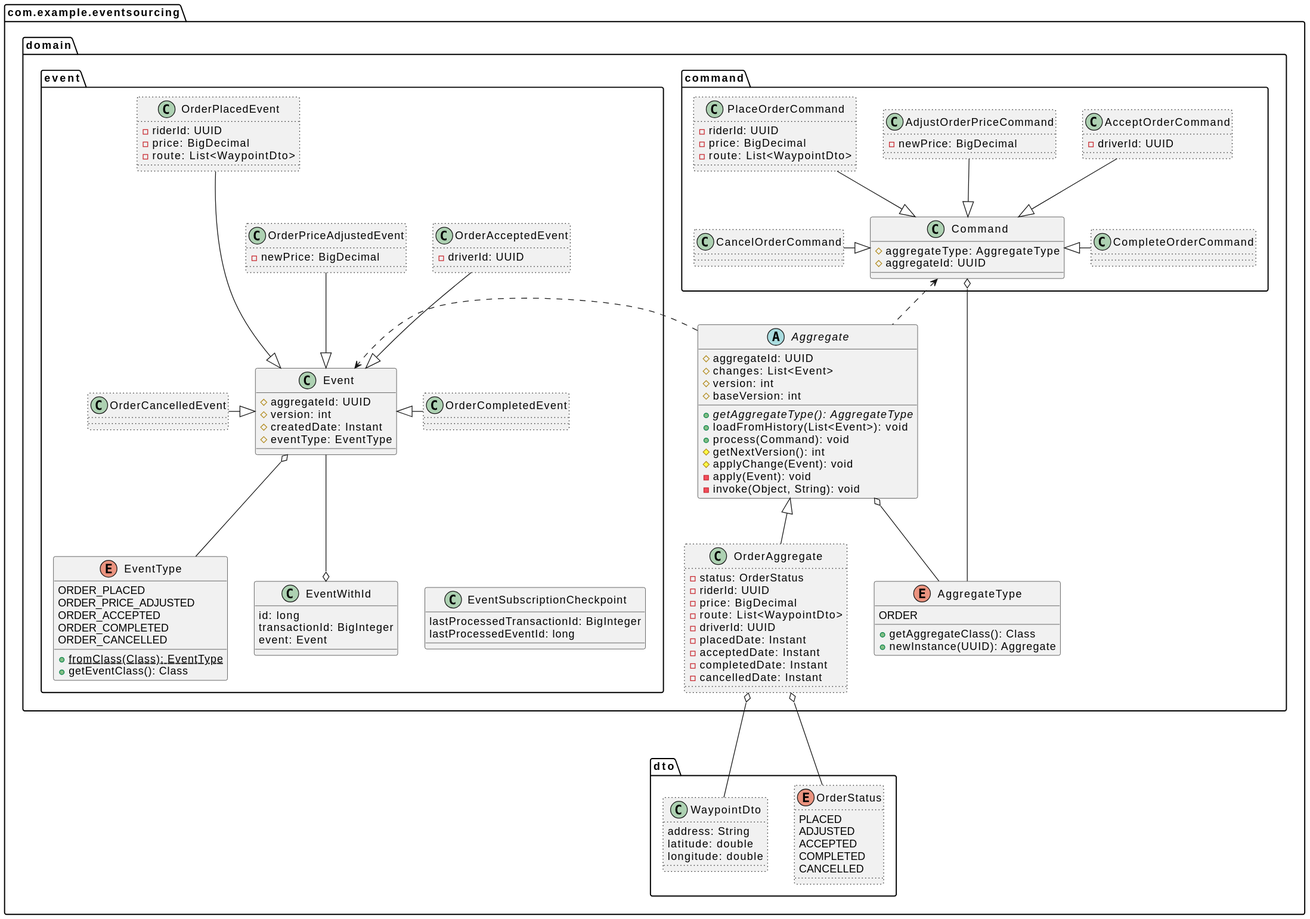
Earlier version of the PlantUML export img/class-domain.svg (codehunter-dev-281/postgresql-event-sourcing).
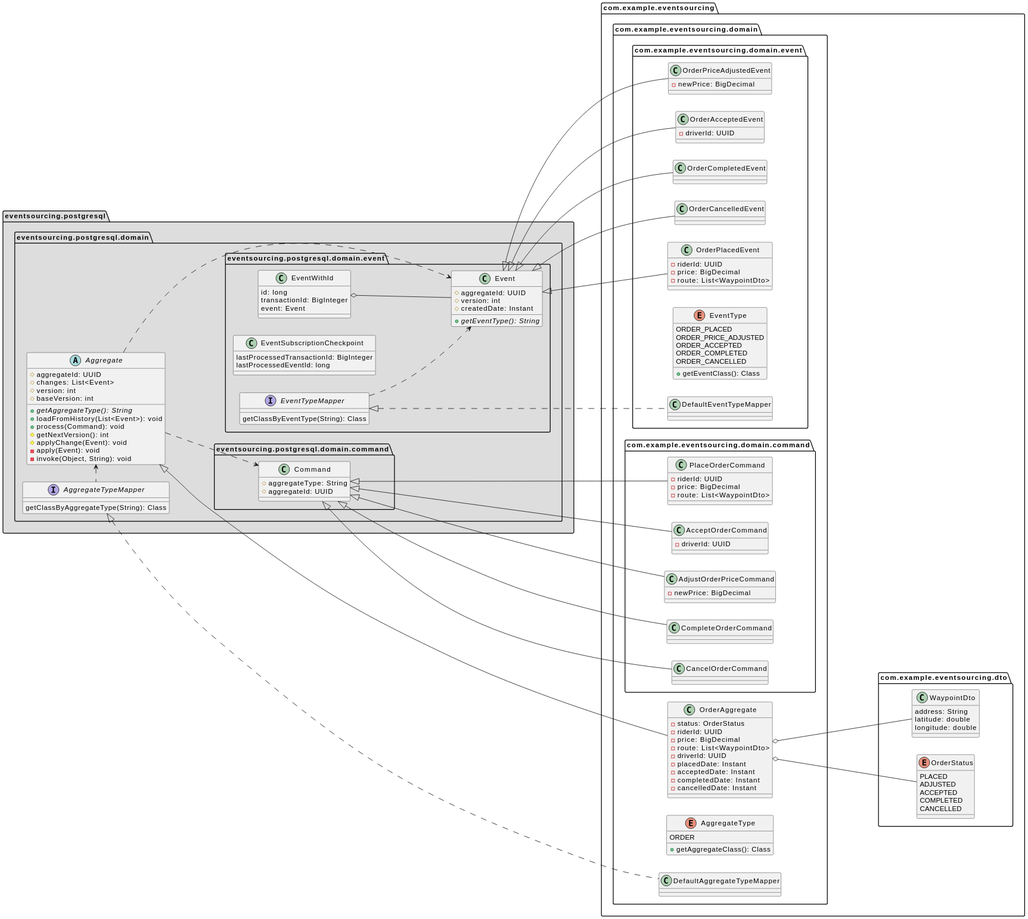
The same diagram one commit later.

Diff of the diagram source:
```diff
@@ -4,16 +4,18 @@
 
 set separator none
 
-package com.example.eventsourcing {
+left to right direction
 
-  package domain {
+package eventsourcing.postgresql #DDDDDD {
+
+  package eventsourcing.postgresql.domain {
 
     abstract class Aggregate {
       #aggregateId: UUID
       #changes: List<Event>
       #version: int
       #baseVersion: int
-      {abstract} +getAggregateType(): AggregateType
+      {abstract} +getAggregateType(): String
       +loadFromHistory(List<Event>): void
       +process(Command): void
       #getNextVersion(): int
@@ -22,7 +24,50 @@
       -invoke(Object, String): void
     }
 
-    class OrderAggregate ##[dotted] {
+    interface AggregateTypeMapper {
+      getClassByAggregateType(String): Class
+    }
+
+    package eventsourcing.postgresql.domain.command {
+
+      class Command {
+        #aggregateType: String
+        #aggregateId: UUID
+      }
+    }
+
+    package eventsourcing.postgresql.domain.event {
+
+      class Event {
+        #aggregateId: UUID
+        #version: int
+        #createdDate: Instant
+        {abstract} +getEventType(): String
+      }
+
+      interface EventTypeMapper {
+        getClassByEventType(String): Class
+      }
+
+      class EventSubscriptionCheckpoint {
+        lastProcessedTransactionId: BigInteger
+        lastProcessedEventId: long
+      }
+
+      class EventWithId {
+        id: long
+        transactionId: BigInteger
+        event: Event
+      }
+    }
+  }
+}
+
+package com.example.eventsourcing {
+
+  package com.example.eventsourcing.domain {
+
+    class OrderAggregate {
       -status: OrderStatus
       -riderId: UUID
       -price: BigDecimal
@@ -37,78 +82,54 @@
     enum AggregateType {
       ORDER
       +getAggregateClass(): Class
-      +newInstance(UUID): Aggregate
     }
 
-    package command {
+    class DefaultAggregateTypeMapper {
+    }
 
-      class Command {
-        #aggregateType: AggregateType
-        #aggregateId: UUID
-      }
+    package com.example.eventsourcing.domain.command {
 
-      class PlaceOrderCommand ##[dotted] {
+      class PlaceOrderCommand {
         -riderId: UUID
         -price: BigDecimal
         -route: List<WaypointDto>
       }
 
-      class AdjustOrderPriceCommand ##[dotted] {
+      class AdjustOrderPriceCommand {
         -newPrice: BigDecimal
       }
 
-      class AcceptOrderCommand ##[dotted] {
+      class AcceptOrderCommand {
         -driverId: UUID
       }
 
-      class CompleteOrderCommand ##[dotted] {
+      class CompleteOrderCommand {
       }
 
-      class CancelOrderCommand ##[dotted] {
+      class CancelOrderCommand {
       }
     }
 
-    package event {
+    package com.example.eventsourcing.domain.event {
 
-      class Event {
-        #aggregateId: UUID
-        #version: int
-        #createdDate: Instant
-        #eventType: EventType
-      }
-
-      class OrderPlacedEvent ##[dotted] {
+      class OrderPlacedEvent {
         -riderId: UUID
         -price: BigDecimal
         -route: List<WaypointDto>
       }
 
-      class OrderPriceAdjustedEvent ##[dotted] {
+      class OrderPriceAdjustedEvent {
         -newPrice: BigDecimal
       }
 
-      class OrderAcceptedEvent ##[dotted] {
+      class OrderAcceptedEvent {
         -driverId: UUID
       }
 
-      class OrderCompletedEvent ##[dotted] {
+      class OrderCompletedEvent {
       }
 
-      class OrderCancelledEvent ##[dotted] {
-      }
-
-      together {
-
-        class EventSubscriptionCheckpoint {
-          lastProcessedTransactionId: BigInteger
-          lastProcessedEventId: long
-        }
-
-        class EventWithId {
-          id: long
-          transactionId: BigInteger
-          event: Event
-        }
+      class OrderCancelledEvent {
       }
 
       enum EventType {
@@ -117,21 +138,23 @@
         ORDER_ACCEPTED
         ORDER_COMPLETED
         ORDER_CANCELLED
-        {static} +fromClass(Class): EventType
         +getEventClass(): Class
+      }
+
+      class DefaultEventTypeMapper {
       }
     }
   }
 
-  package dto {
+  package com.example.eventsourcing.dto {
 
-    class WaypointDto ##[dotted] {
+    class WaypointDto {
       address: String
       latitude: double
       longitude: double
     }
 
-    enum OrderStatus ##[dotted] {
+    enum OrderStatus {
       PLACED
       ADJUSTED
       ACCEPTED
@@ -141,28 +164,30 @@
   }
 }
 
-Aggregate o-- AggregateType
-Aggregate .left.> Command
-Aggregate .right.> Event
+Aggregate ..> Command
+Aggregate ...> Event
 Aggregate <|-- OrderAggregate
 
-OrderAggregate o--- WaypointDto
-OrderAggregate o--- OrderStatus
+AggregateTypeMapper .left.> Aggregate
+AggregateTypeMapper <|.. DefaultAggregateTypeMapper
 
-Command o--- AggregateType
+OrderAggregate o-- WaypointDto
+OrderAggregate o-- OrderStatus
 
-Command <|-up- PlaceOrderCommand
-Command <|-up- AdjustOrderPriceCommand
-Command <|-up- AcceptOrderCommand
-Command <|--right- CompleteOrderCommand
-Command <|--left- CancelOrderCommand
+Command <|-- PlaceOrderCommand
+Command <|-- AdjustOrderPriceCommand
+Command <|-- AcceptOrderCommand
+Command <|-- CompleteOrderCommand
+Command <|-- CancelOrderCommand
 
-Event <|--up- OrderPlacedEvent
-Event <|-up- OrderPriceAdjustedEvent
-Event <|-up- OrderAcceptedEvent
-Event <|-right- OrderCompletedEvent
-Event <|--left- OrderCancelledEvent
+Event <|-- OrderPlacedEvent
+Event <|-- OrderPriceAdjustedEvent
+Event <|-- OrderAcceptedEvent
+Event <|-- OrderCompletedEvent
+Event <|-- OrderCancelledEvent
 
-Event o-- EventType
-EventWithId o-up- Event
+EventWithId o-- Event
+
+EventTypeMapper ..> Event
+EventTypeMapper <|.. DefaultEventTypeMapper
 @enduml
```
